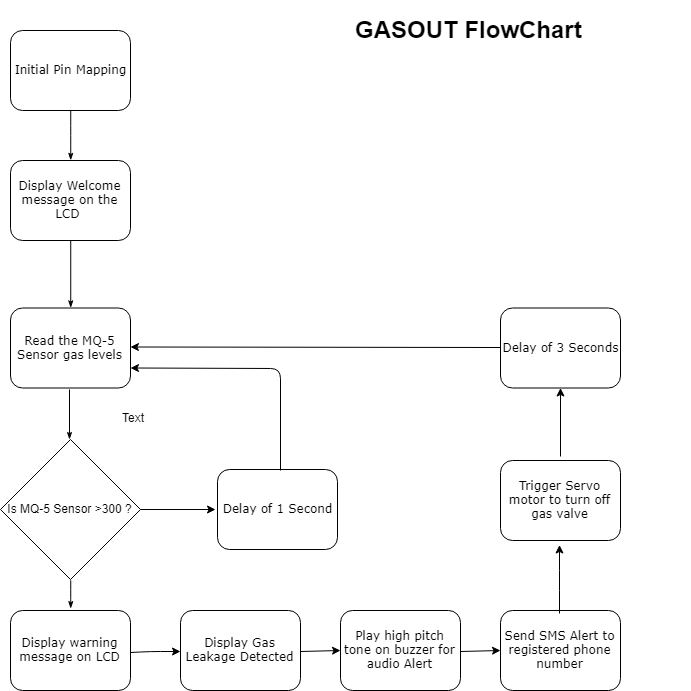
bertocarl/GasOut keeps this draw.io diagram as flowchart.png. Above is the earlier version. Source tidied: cells renumbered, new cells last; positions are measured from the earlier drawing's top-left corner, leaving out a move shared by most shapes. Source of this version:
```xml
<mxGraphModel background="#ffffff">
  <root>
    <mxCell id="0" />
    <mxCell id="1" parent="0" />
    <mxCell id="2" style="edgeStyle=orthogonalEdgeStyle;rounded=1;html=1;labelBackgroundColor=none;startArrow=none;startFill=0;startSize=5;endArrow=classicThin;endFill=1;endSize=5;jettySize=auto;strokeColor=#000000;strokeWidth=1;fontFamily=Verdana;fontSize=8;fontColor=#000000;entryX=0.5;entryY=0;entryDx=0;entryDy=0;" parent="1" edge="1" source="3" target="15">
      <mxGeometry relative="1" as="geometry" />
    </mxCell>
    <mxCell id="3" value="Initial Pin Mapping" style="rounded=1;whiteSpace=wrap;html=1;shadow=0;labelBackgroundColor=none;strokeColor=#000000;strokeWidth=1;fillColor=#ffffff;fontFamily=Verdana;fontSize=12;fontColor=#000000;align=center;" parent="1" vertex="1">
      <mxGeometry x="10" y="20" width="120" height="80" as="geometry" />
    </mxCell>
    <mxCell id="4" value="Read the MQ-5 Sensor gas levels" style="rounded=1;whiteSpace=wrap;html=1;shadow=0;labelBackgroundColor=none;strokeColor=#000000;strokeWidth=1;fillColor=#ffffff;fontFamily=Verdana;fontSize=12;fontColor=#000000;align=center;" parent="1" vertex="1">
      <mxGeometry x="10" y="297.5" width="120" height="80" as="geometry" />
    </mxCell>
    <mxCell id="5" style="edgeStyle=orthogonalEdgeStyle;rounded=1;html=1;labelBackgroundColor=none;startArrow=none;startFill=0;startSize=5;endArrow=classicThin;endFill=1;endSize=5;jettySize=auto;orthogonalLoop=1;strokeColor=#000000;strokeWidth=1;fontFamily=Verdana;fontSize=8;fontColor=#000000;" parent="1" edge="1">
      <mxGeometry relative="1" as="geometry">
        <mxPoint x="69" y="379" as="sourcePoint" />
        <mxPoint x="69" y="429" as="targetPoint" />
      </mxGeometry>
    </mxCell>
    <mxCell id="6" value="Is MQ-5 Sensor &amp;gt;300 ?" style="rhombus;whiteSpace=wrap;html=1;" parent="1" vertex="1">
      <mxGeometry y="429" width="140" height="140" as="geometry" />
    </mxCell>
    <mxCell id="7" value="Display warning message on LCD" style="rounded=1;whiteSpace=wrap;html=1;shadow=0;labelBackgroundColor=none;strokeColor=#000000;strokeWidth=1;fillColor=#ffffff;fontFamily=Verdana;fontSize=12;fontColor=#000000;align=center;" parent="1" vertex="1">
      <mxGeometry x="10" y="600" width="120" height="80" as="geometry" />
    </mxCell>
    <mxCell id="8" style="edgeStyle=orthogonalEdgeStyle;rounded=1;html=1;labelBackgroundColor=none;startArrow=none;startFill=0;startSize=5;endArrow=classicThin;endFill=1;endSize=5;jettySize=auto;orthogonalLoop=1;strokeColor=#000000;strokeWidth=1;fontFamily=Verdana;fontSize=8;fontColor=#000000;" parent="1" edge="1">
      <mxGeometry relative="1" as="geometry">
        <mxPoint x="70" y="570" as="sourcePoint" />
        <mxPoint x="70" y="598.5" as="targetPoint" />
        <Array as="points">
          <mxPoint x="70" y="588.5" />
          <mxPoint x="70" y="588.5" />
        </Array>
      </mxGeometry>
    </mxCell>
    <mxCell id="9" value="Delay of 1 Second" style="rounded=1;whiteSpace=wrap;html=1;shadow=0;labelBackgroundColor=none;strokeColor=#000000;strokeWidth=1;fillColor=#ffffff;fontFamily=Verdana;fontSize=12;fontColor=#000000;align=center;" parent="1" vertex="1">
      <mxGeometry x="217" y="459" width="120" height="80" as="geometry" />
    </mxCell>
    <mxCell id="10" value="Display Gas Leakage Detected" style="rounded=1;whiteSpace=wrap;html=1;shadow=0;labelBackgroundColor=none;strokeColor=#000000;strokeWidth=1;fillColor=#ffffff;fontFamily=Verdana;fontSize=12;fontColor=#000000;align=center;" parent="1" vertex="1">
      <mxGeometry x="180" y="600" width="120" height="80" as="geometry" />
    </mxCell>
    <mxCell id="11" value="Play high pitch tone on buzzer for audio Alert" style="rounded=1;whiteSpace=wrap;html=1;shadow=0;labelBackgroundColor=none;strokeColor=#000000;strokeWidth=1;fillColor=#ffffff;fontFamily=Verdana;fontSize=12;fontColor=#000000;align=center;" parent="1" vertex="1">
      <mxGeometry x="340" y="600" width="120" height="80" as="geometry" />
    </mxCell>
    <mxCell id="12" value="Send SMS Alert to registered phone number" style="rounded=1;whiteSpace=wrap;html=1;shadow=0;labelBackgroundColor=none;strokeColor=#000000;strokeWidth=1;fillColor=#ffffff;fontFamily=Verdana;fontSize=12;fontColor=#000000;align=center;" parent="1" vertex="1">
      <mxGeometry x="500" y="600" width="120" height="80" as="geometry" />
    </mxCell>
    <mxCell id="13" value="Trigger Servo motor to turn off gas valve" style="rounded=1;whiteSpace=wrap;html=1;shadow=0;labelBackgroundColor=none;strokeColor=#000000;strokeWidth=1;fillColor=#ffffff;fontFamily=Verdana;fontSize=12;fontColor=#000000;align=center;" parent="1" vertex="1">
      <mxGeometry x="500" y="450" width="120" height="80" as="geometry" />
    </mxCell>
    <mxCell id="14" value="Delay of 3 Seconds" style="rounded=1;whiteSpace=wrap;html=1;shadow=0;labelBackgroundColor=none;strokeColor=#000000;strokeWidth=1;fillColor=#ffffff;fontFamily=Verdana;fontSize=12;fontColor=#000000;align=center;" parent="1" vertex="1">
      <mxGeometry x="500" y="297.5" width="120" height="80" as="geometry" />
    </mxCell>
    <mxCell id="15" value="Display Welcome message on the LCD&amp;nbsp;" style="rounded=1;whiteSpace=wrap;html=1;shadow=0;labelBackgroundColor=none;strokeColor=#000000;strokeWidth=1;fillColor=#ffffff;fontFamily=Verdana;fontSize=12;fontColor=#000000;align=center;" parent="1" vertex="1">
      <mxGeometry x="10" y="150" width="120" height="80" as="geometry" />
    </mxCell>
    <mxCell id="16" style="edgeStyle=orthogonalEdgeStyle;rounded=1;html=1;labelBackgroundColor=none;startArrow=none;startFill=0;startSize=5;endArrow=classicThin;endFill=1;endSize=5;jettySize=auto;strokeColor=#000000;strokeWidth=1;fontFamily=Verdana;fontSize=8;fontColor=#000000;entryX=0.5;entryY=0;entryDx=0;entryDy=0;exitX=0.5;exitY=1;exitDx=0;exitDy=0;" parent="1" edge="1" source="15">
      <mxGeometry relative="1" as="geometry">
        <mxPoint x="70.2" y="297.3" as="targetPoint" />
      </mxGeometry>
    </mxCell>
    <mxCell id="17" value="Text" style="text;html=1;align=left;verticalAlign=top;spacingTop=-4;" parent="1" vertex="1">
      <mxGeometry x="120" y="398" width="40" height="20" as="geometry" />
    </mxCell>
    <mxCell id="18" style="endArrow=classic;html=1;" parent="1" edge="1">
      <mxGeometry relative="1" as="geometry">
        <mxPoint x="140" y="499" as="sourcePoint" />
        <mxPoint x="215" y="499" as="targetPoint" />
      </mxGeometry>
    </mxCell>
    <mxCell id="19" style="endArrow=classic;html=1;" parent="1" edge="1">
      <mxGeometry relative="1" as="geometry">
        <mxPoint x="130" y="642" as="sourcePoint" />
        <mxPoint x="180" y="641" as="targetPoint" />
        <Array as="points">
          <mxPoint x="150" y="641" />
        </Array>
      </mxGeometry>
    </mxCell>
    <mxCell id="20" style="endArrow=classic;html=1;" parent="1" edge="1">
      <mxGeometry relative="1" as="geometry">
        <mxPoint x="300" y="641" as="sourcePoint" />
        <mxPoint x="340" y="640" as="targetPoint" />
      </mxGeometry>
    </mxCell>
    <mxCell id="21" style="endArrow=classic;html=1;" parent="1" edge="1">
      <mxGeometry relative="1" as="geometry">
        <mxPoint x="460" y="641" as="sourcePoint" />
        <mxPoint x="500" y="640" as="targetPoint" />
      </mxGeometry>
    </mxCell>
    <mxCell id="22" style="endArrow=classic;html=1;" parent="1" edge="1">
      <mxGeometry relative="1" as="geometry">
        <mxPoint x="559" y="603" as="sourcePoint" />
        <mxPoint x="559" y="534.5" as="targetPoint" />
        <Array as="points">
          <mxPoint x="559" y="570" />
        </Array>
      </mxGeometry>
    </mxCell>
    <mxCell id="23" style="endArrow=classic;html=1;" parent="1" edge="1">
      <mxGeometry relative="1" as="geometry">
        <mxPoint x="560" y="446" as="sourcePoint" />
        <mxPoint x="560" y="377.5" as="targetPoint" />
      </mxGeometry>
    </mxCell>
    <mxCell id="24" style="endArrow=classic;html=1;" parent="1" edge="1">
      <mxGeometry relative="1" as="geometry">
        <mxPoint x="500" y="337" as="sourcePoint" />
        <mxPoint x="129.9" y="336.5" as="targetPoint" />
      </mxGeometry>
    </mxCell>
    <mxCell id="25" style="endArrow=classic;html=1;" parent="1" edge="1">
      <mxGeometry relative="1" as="geometry">
        <mxPoint x="280" y="460" as="sourcePoint" />
        <mxPoint x="130" y="357.5" as="targetPoint" />
        <Array as="points">
          <mxPoint x="280" y="358" />
        </Array>
      </mxGeometry>
    </mxCell>
    <mxCell id="26" value="&lt;h1&gt;GASOUT FlowChart&lt;/h1&gt;&lt;p&gt;&lt;br&gt;&lt;/p&gt;" style="text;html=1;strokeColor=none;fillColor=none;spacing=5;spacingTop=-20;whiteSpace=wrap;overflow=hidden;rounded=0;" parent="1" vertex="1">
      <mxGeometry x="350" width="340" height="120" as="geometry" />
    </mxCell>
  </root>
</mxGraphModel>
```
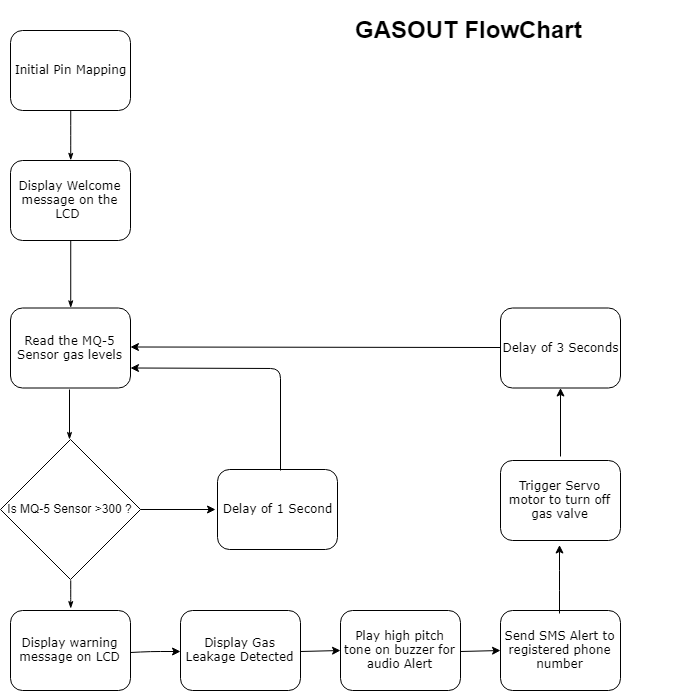
Later version of the same file.

Diff of the diagram source:
```diff
@@ -59,9 +59,6 @@
         <mxPoint x="70.2" y="297.3" as="targetPoint" />
       </mxGeometry>
     </mxCell>
-    <mxCell id="17" value="Text" style="text;html=1;align=left;verticalAlign=top;spacingTop=-4;" parent="1" vertex="1">
-      <mxGeometry x="120" y="398" width="40" height="20" as="geometry" />
-    </mxCell>
     <mxCell id="18" style="endArrow=classic;html=1;" parent="1" edge="1">
       <mxGeometry relative="1" as="geometry">
         <mxPoint x="140" y="499" as="sourcePoint" />
```
